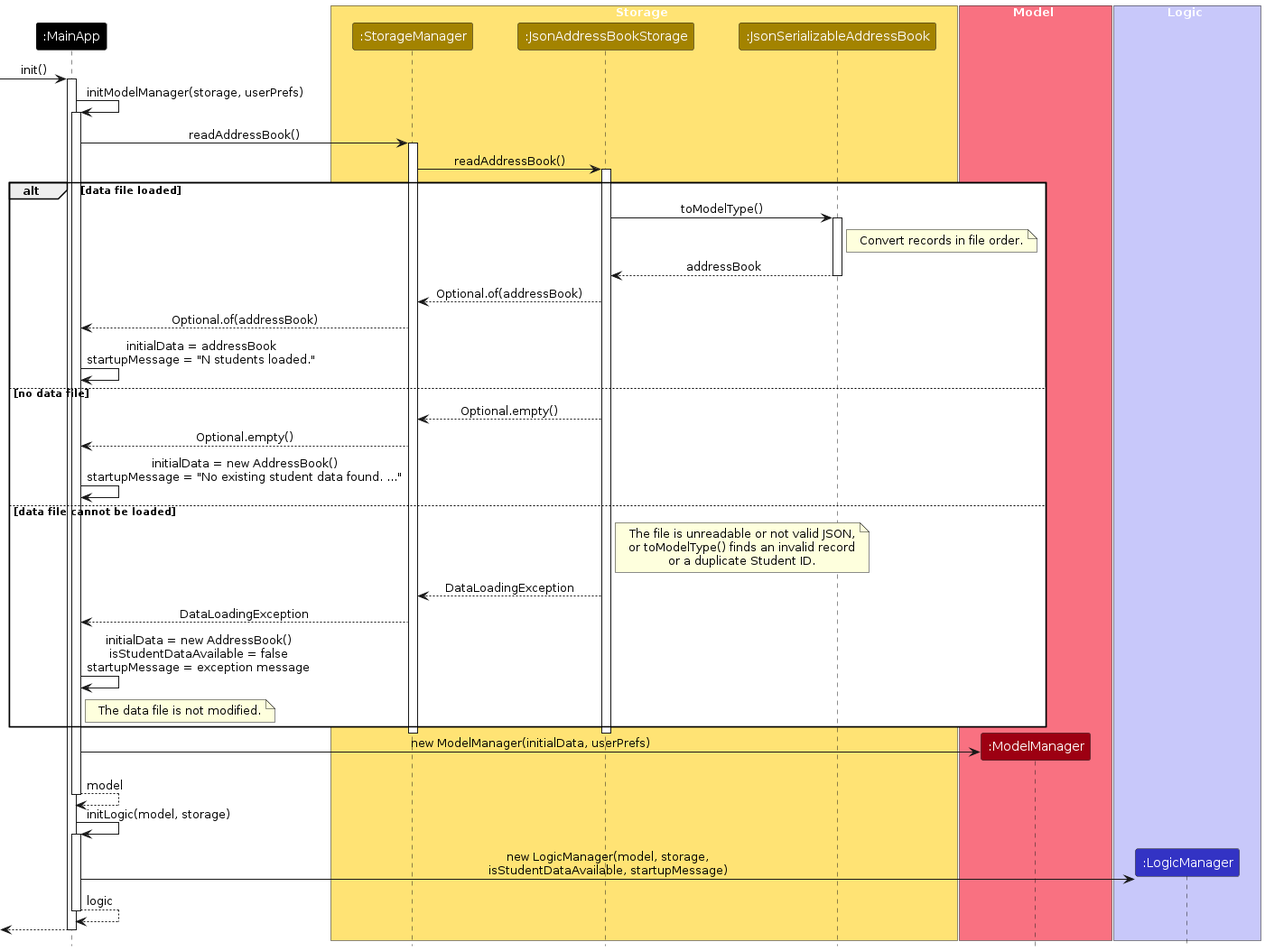
Above: diagrams/LoadSequenceDiagram.png in AY2627S1-CS2103T-F12-1/tp (PlantUML), before the change. Its source is kept beside it as diagrams/LoadSequenceDiagram.puml. Source of this version:
```plantuml
@startuml
!include style.puml
skinparam ArrowFontStyle plain

participant ":MainApp" as MainApp USER_COLOR

box Storage STORAGE_COLOR_T1
participant ":StorageManager" as StorageManager STORAGE_COLOR
participant ":JsonAddressBookStorage" as JsonAddressBookStorage STORAGE_COLOR
participant ":JsonSerializableAddressBook" as JsonSerializableAddressBook STORAGE_COLOR
end box

box Model MODEL_COLOR_T1
participant ":ModelManager" as ModelManager MODEL_COLOR
end box

box Logic LOGIC_COLOR_T1
participant ":LogicManager" as LogicManager LOGIC_COLOR
end box

[-> MainApp : init()
activate MainApp
MainApp -> MainApp : initModelManager(storage, userPrefs)
activate MainApp
MainApp -> StorageManager : readAddressBook()
activate StorageManager
StorageManager -> JsonAddressBookStorage : readAddressBook()
activate JsonAddressBookStorage

alt data file loaded
JsonAddressBookStorage -> JsonSerializableAddressBook : toModelType()
activate JsonSerializableAddressBook
note right of JsonSerializableAddressBook
Convert records in file order.
end note
JsonSerializableAddressBook --> JsonAddressBookStorage : addressBook
deactivate JsonSerializableAddressBook
JsonAddressBookStorage --> StorageManager : Optional.of(addressBook)
StorageManager --> MainApp : Optional.of(addressBook)
MainApp -> MainApp : initialData = addressBook\nstartupMessage = "N students loaded."

else no data file
JsonAddressBookStorage --> StorageManager : Optional.empty()
StorageManager --> MainApp : Optional.empty()
MainApp -> MainApp : initialData = new AddressBook()\nstartupMessage = "No existing student data found. ..."

else data file cannot be loaded
note right of JsonAddressBookStorage
The file is unreadable or not valid JSON,
or toModelType() finds an invalid record
or a duplicate Student ID.
end note
JsonAddressBookStorage --> StorageManager : DataLoadingException
StorageManager --> MainApp : DataLoadingException
MainApp -> MainApp : initialData = new AddressBook()\nisStudentDataAvailable = false\nstartupMessage = exception message
note right of MainApp
The data file is not modified.
end note
end
deactivate JsonAddressBookStorage
deactivate StorageManager

create ModelManager
MainApp -> ModelManager : new ModelManager(initialData, userPrefs)
MainApp --> MainApp : model
deactivate MainApp

MainApp -> MainApp : initLogic(model, storage)
activate MainApp
create LogicManager
MainApp -> LogicManager : new LogicManager(model, storage,\nisStudentDataAvailable, startupMessage)
MainApp --> MainApp : logic
deactivate MainApp
[<-- MainApp
deactivate MainApp
@enduml
```
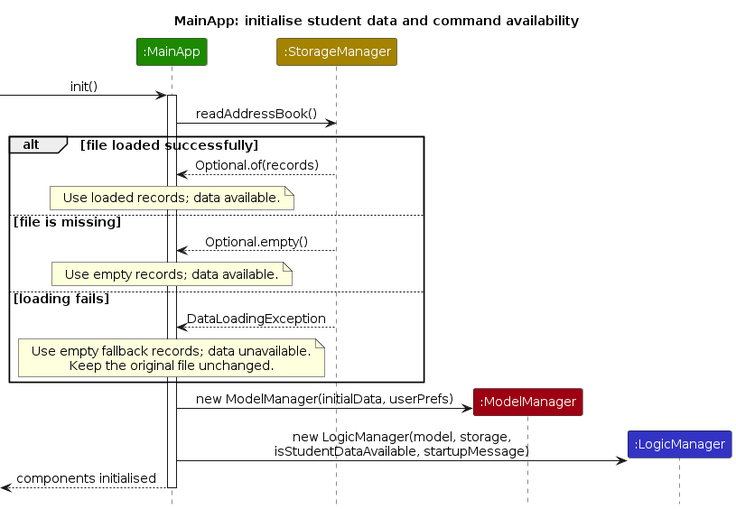
After the change.

What changed in the source:
```diff
@@ -2,75 +2,28 @@
 !include style.puml
 skinparam ArrowFontStyle plain
 
-participant ":MainApp" as MainApp USER_COLOR
-
-box Storage STORAGE_COLOR_T1
-participant ":StorageManager" as StorageManager STORAGE_COLOR
-participant ":JsonAddressBookStorage" as JsonAddressBookStorage STORAGE_COLOR
-participant ":JsonSerializableAddressBook" as JsonSerializableAddressBook STORAGE_COLOR
-end box
-
-box Model MODEL_COLOR_T1
-participant ":ModelManager" as ModelManager MODEL_COLOR
-end box
-
-box Logic LOGIC_COLOR_T1
-participant ":LogicManager" as LogicManager LOGIC_COLOR
-end box
-
-[-> MainApp : init()
-activate MainApp
-MainApp -> MainApp : initModelManager(storage, userPrefs)
-activate MainApp
-MainApp -> StorageManager : readAddressBook()
-activate StorageManager
-StorageManager -> JsonAddressBookStorage : readAddressBook()
-activate JsonAddressBookStorage
-
-alt data file loaded
-JsonAddressBookStorage -> JsonSerializableAddressBook : toModelType()
-activate JsonSerializableAddressBook
-note right of JsonSerializableAddressBook
-Convert records in file order.
-end note
-JsonSerializableAddressBook --> JsonAddressBookStorage : addressBook
-deactivate JsonSerializableAddressBook
-JsonAddressBookStorage --> StorageManager : Optional.of(addressBook)
-StorageManager --> MainApp : Optional.of(addressBook)
-MainApp -> MainApp : initialData = addressBook\nstartupMessage = "N students loaded."
-
-else no data file
-JsonAddressBookStorage --> StorageManager : Optional.empty()
-StorageManager --> MainApp : Optional.empty()
-MainApp -> MainApp : initialData = new AddressBook()\nstartupMessage = "No existing student data found. ..."
-
-else data file cannot be loaded
-note right of JsonAddressBookStorage
-The file is unreadable or not valid JSON,
-or toModelType() finds an invalid record
-or a duplicate Student ID.
-end note
-JsonAddressBookStorage --> StorageManager : DataLoadingException
-StorageManager --> MainApp : DataLoadingException
-MainApp -> MainApp : initialData = new AddressBook()\nisStudentDataAvailable = false\nstartupMessage = exception message
-note right of MainApp
-The data file is not modified.
-end note
+title MainApp: initialise student data and command availability
+participant ":MainApp" as App UI_COLOR
+participant ":StorageManager" as Storage STORAGE_COLOR
+participant ":ModelManager" as Model MODEL_COLOR
+participant ":LogicManager" as Logic LOGIC_COLOR
+[-> App : init()
+activate App
+App -> Storage : readAddressBook()
+alt file loaded successfully
+    Storage --> App : Optional.of(records)
+    note over App : Use loaded records; data available.
+else file is missing
+    Storage --> App : Optional.empty()
+    note over App : Use empty records; data available.
+else loading fails
+    Storage --> App : DataLoadingException
+    note over App : Use empty fallback records; data unavailable.\nKeep the original file unchanged.
 end
-deactivate JsonAddressBookStorage
-deactivate StorageManager
-
-create ModelManager
-MainApp -> ModelManager : new ModelManager(initialData, userPrefs)
-MainApp --> MainApp : model
-deactivate MainApp
-
-MainApp -> MainApp : initLogic(model, storage)
-activate MainApp
-create LogicManager
-MainApp -> LogicManager : new LogicManager(model, storage,\nisStudentDataAvailable, startupMessage)
-MainApp --> MainApp : logic
-deactivate MainApp
-[<-- MainApp
-deactivate MainApp
+create Model
+App -> Model : new ModelManager(initialData, userPrefs)
+create Logic
+App -> Logic : new LogicManager(model, storage,\nisStudentDataAvailable, startupMessage)
+[<-- App : components initialised
+deactivate App
 @enduml
```
